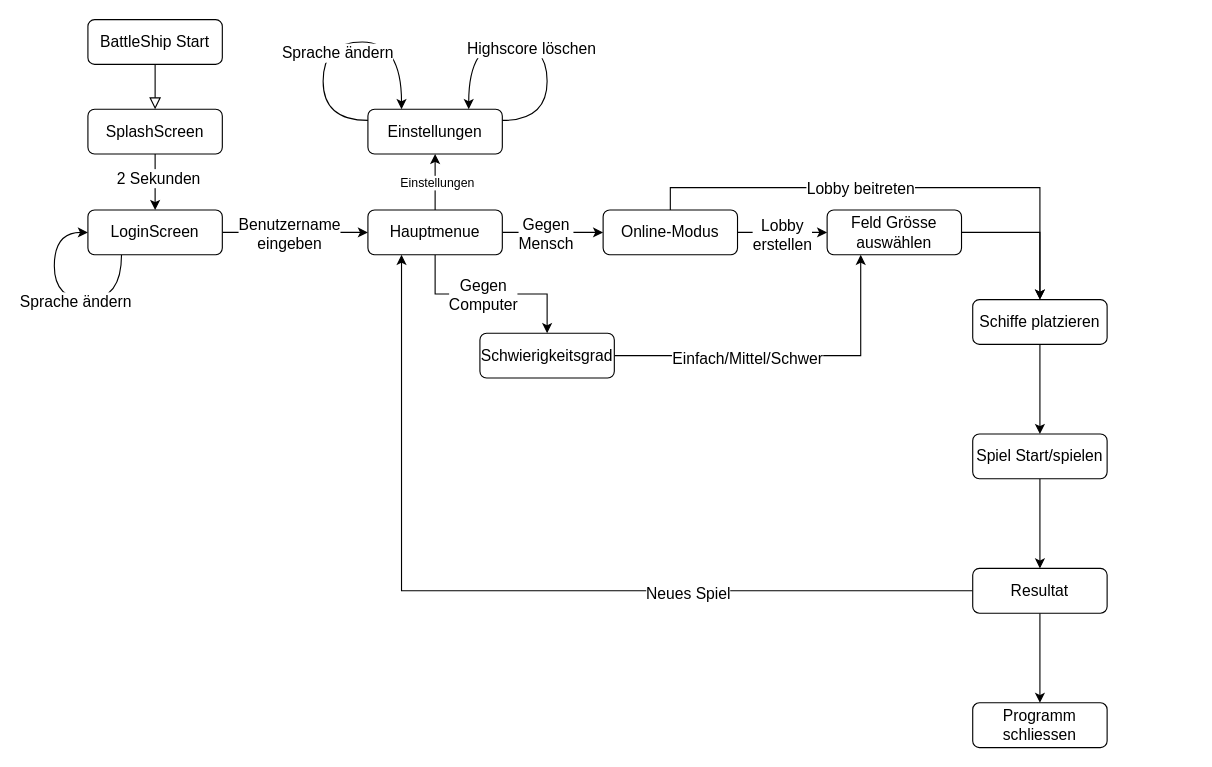
Above: Dokumente/Diagramme/raw_Files/02_Workflow_User_Experience.drawio in Vivienne-00/battleship_2024 (draw.io), before the change. Source tidied: cells renumbered, new cells numbered last; positions are measured from the earlier drawing's top-left corner, leaving out a move shared by most shapes. Both pictures are drawn from the tidied source at 112%, with x=0, y=0 at pixel (54, 19).
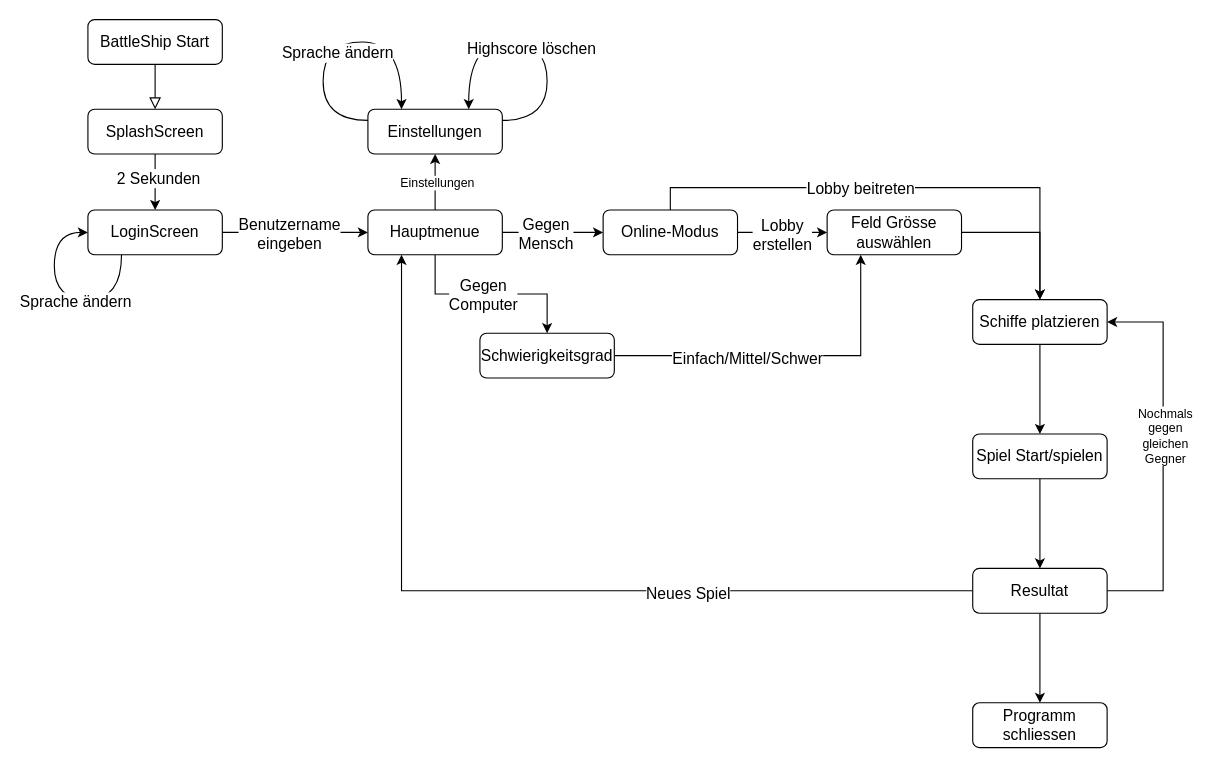
After the change.

The change refers to these unchanged cells:
```xml
<mxCell id="35" value="Schiffe platzieren" style="rounded=1;whiteSpace=wrap;html=1;fontSize=14;glass=0;strokeWidth=1;shadow=0;" parent="1" vertex="1">
  <mxGeometry x="820" y="250" width="120" height="40" as="geometry" />
</mxCell>
<mxCell id="41" value="Resultat" style="rounded=1;whiteSpace=wrap;html=1;fontSize=14;glass=0;strokeWidth=1;shadow=0;" parent="1" vertex="1">
  <mxGeometry x="820" y="490" width="120" height="40" as="geometry" />
</mxCell>
```

What changed in the source:
```diff
@@
+    <mxCell id="43" style="edgeStyle=orthogonalEdgeStyle;rounded=0;jettySize=auto;html=1;exitX=1;exitY=0.5;exitDx=0;exitDy=0;entryX=1;entryY=0.5;entryDx=0;entryDy=0;" parent="1" edge="1" source="41" target="35">
+      <mxGeometry relative="1" as="geometry">
+        <Array as="points">
+          <mxPoint x="990" y="510" />
+          <mxPoint x="990" y="270" />
+        </Array>
+      </mxGeometry>
+    </mxCell>
+    <mxCell id="44" value="Nochmals&lt;br&gt;gegen&lt;br&gt;gleichen&lt;br&gt;Gegner" style="edgeLabel;html=1;align=center;verticalAlign=middle;" parent="43" vertex="1">
+      <mxGeometry x="0.11" y="-1" relative="1" as="geometry" />
+    </mxCell>
```
